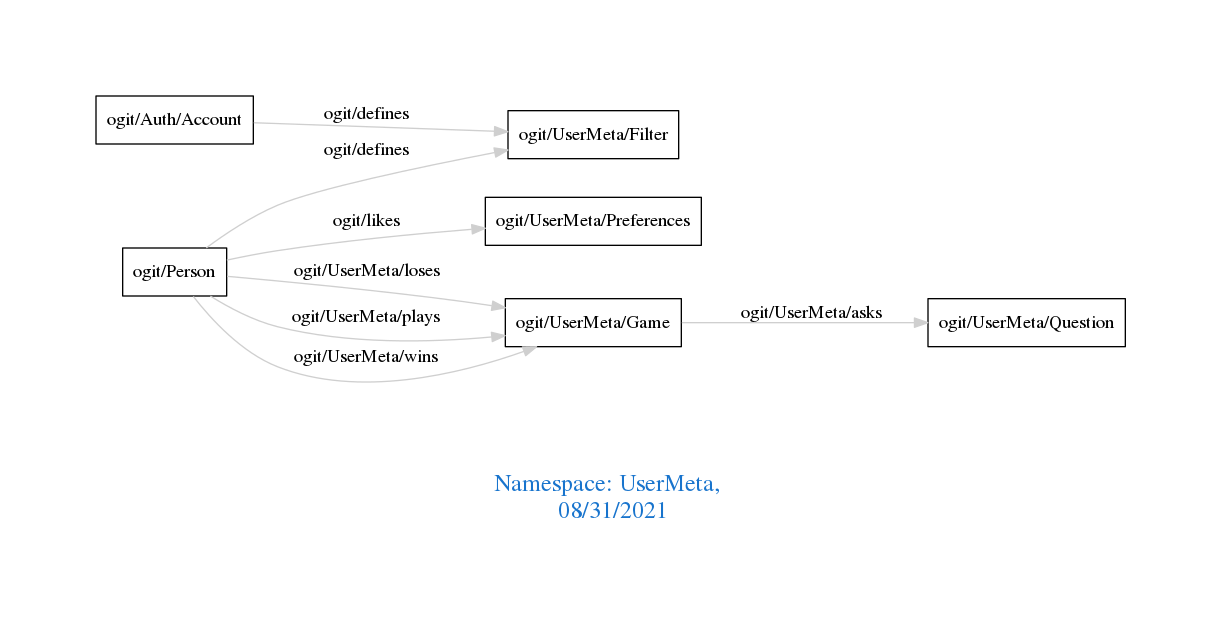
Before: downloads/UserMeta.png, a diagram exported from Graphviz (arago/OGIT). Its source is kept beside it as downloads/UserMeta.dot.
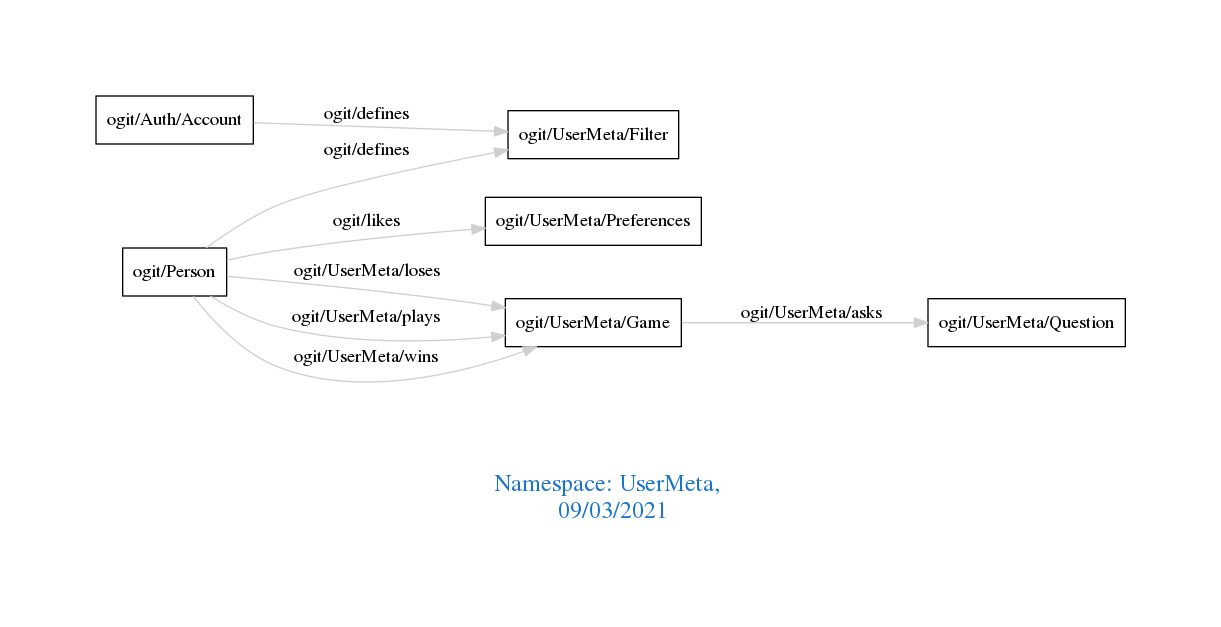
The same diagram one commit later.

Change to the diagram source:
```diff
@@ -1,7 +1,7 @@
 digraph OGIT_ontology {
  graph [ rankdir= LR,pad=1
 fontsize = 18,
-fontcolor= dodgerblue3,label = "\n\n\nNamespace: UserMeta, \n 08/31/2021"];
+fontcolor= dodgerblue3,label = "\n\n\nNamespace: UserMeta, \n 09/03/2021"];
 node[shape=polygon];
 edge [  color="gray81"];
 
```
